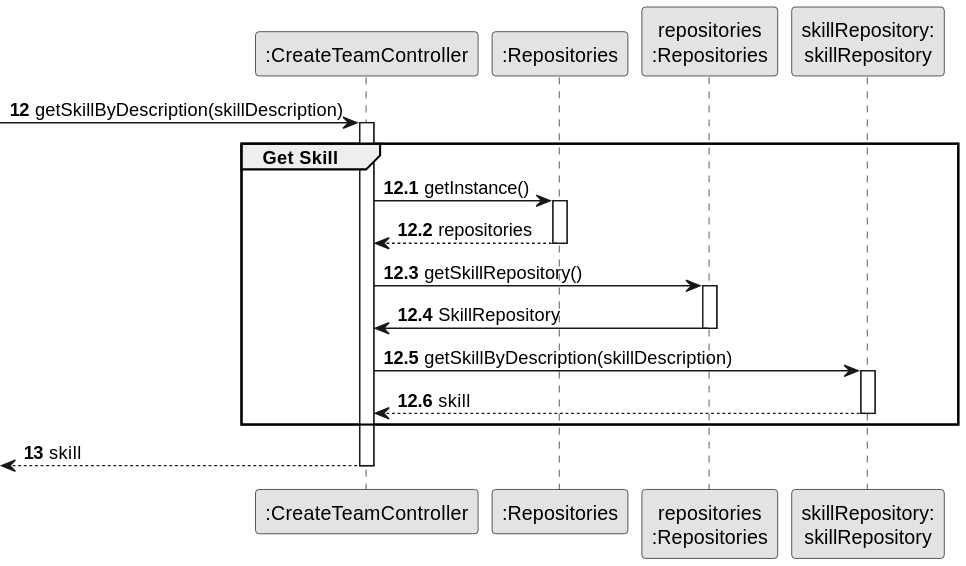
Above: docs/sprintB/us005/03.design/svg/us005-sequence-diagram-partial-get-skill.svg in ricardomm7/leaflink (PlantUML), before the change.
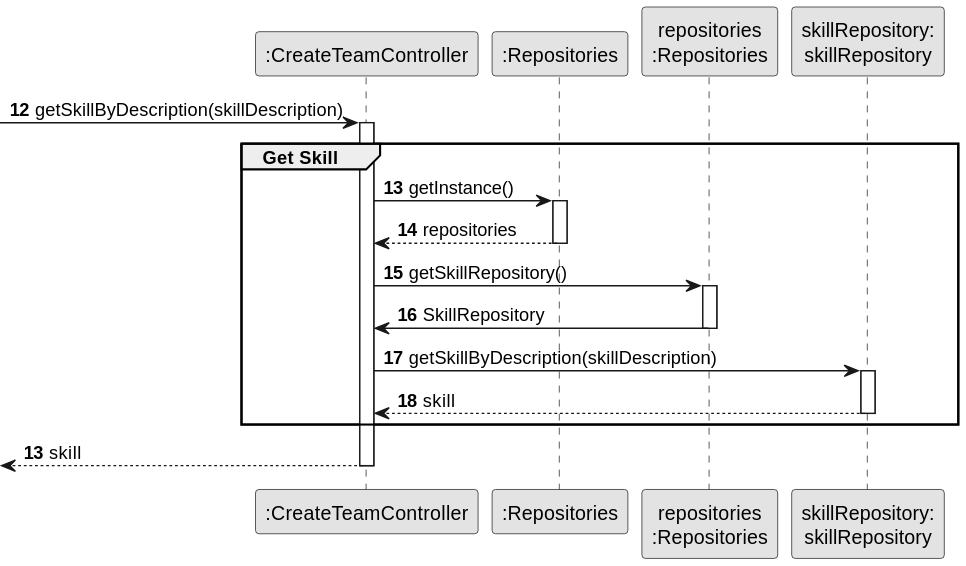
The same diagram one commit later.

Change to the diagram source:
```diff
@@ -11,7 +11,6 @@
 autonumber 12
 -> CTRL : getSkillByDescription(skillDescription)
 
-autonumber 12.1
 
 activate CTRL
     group Get Skill
```
